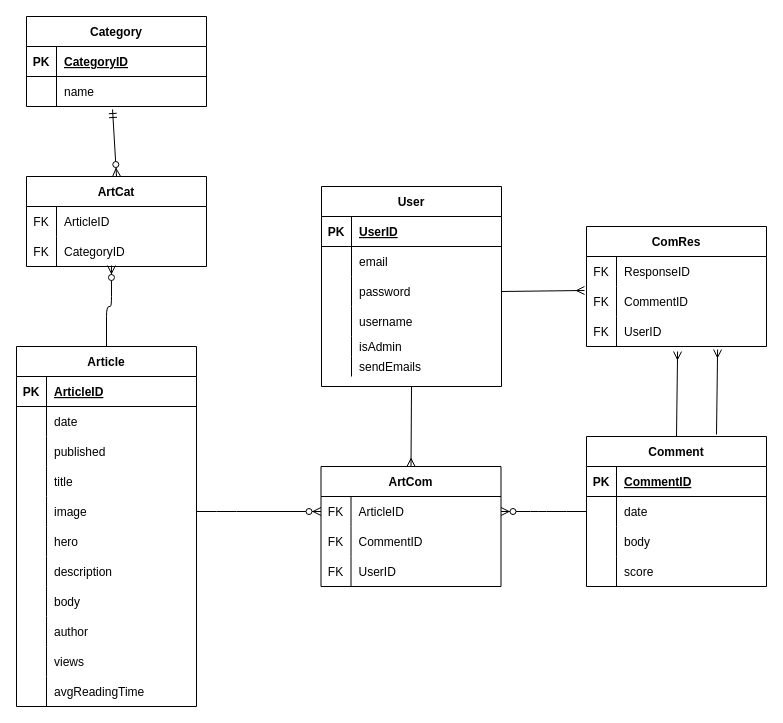
Above: Documentation/RMForum.drawio in PulidoLuciano/LucianoPulido (draw.io), before the change. Source tidied: cells renumbered, new cells numbered last; positions are measured from the earlier drawing's top-left corner, leaving out a move shared by most shapes. Both pictures are drawn from the tidied source at 100%, with x=0, y=0 at pixel (16, 16).
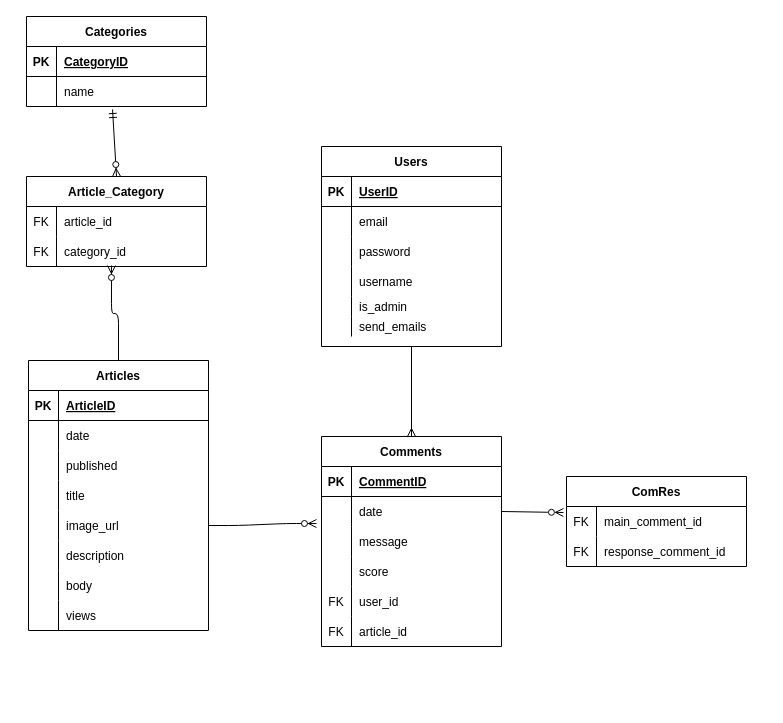
Above is the later version.

Unchanged cells that the change refers to:
```xml
<mxCell id="7" style="shape=tableRow;horizontal=0;startSize=0;swimlaneHead=0;swimlaneBody=0;fillColor=none;points=[[0,0.5],[1,0.5]];portConstraint=eastwest;top=0;left=0;right=0;bottom=0;" parent="3" vertex="1">
  <mxGeometry y="60" width="180" height="30" as="geometry" />
</mxCell>
<mxCell id="10" style="shape=tableRow;horizontal=0;startSize=0;swimlaneHead=0;swimlaneBody=0;fillColor=none;top=0;left=0;right=0;bottom=0;" parent="3" vertex="1">
  <mxGeometry y="90" width="180" height="30" as="geometry" />
</mxCell>
<mxCell id="29" style="shape=tableRow;horizontal=0;startSize=0;swimlaneHead=0;swimlaneBody=0;fillColor=none;points=[[0,0.5],[1,0.5]];portConstraint=eastwest;top=0;left=0;right=0;bottom=0;" parent="16" vertex="1">
  <mxGeometry y="150" width="180" height="30" as="geometry" />
</mxCell>
<mxCell id="58" style="shape=tableRow;horizontal=0;startSize=0;swimlaneHead=0;swimlaneBody=0;fillColor=none;points=[[0,0.5],[1,0.5]];portConstraint=eastwest;top=0;left=0;right=0;bottom=0;" parent="51" vertex="1">
  <mxGeometry y="90" width="180" height="30" as="geometry" />
</mxCell>
<mxCell id="64" style="shape=tableRow;horizontal=0;startSize=0;swimlaneHead=0;swimlaneBody=0;fillColor=none;top=0;left=0;right=0;bottom=0;" parent="51" vertex="1">
  <mxGeometry y="150" width="180" height="20" as="geometry" />
</mxCell>
<mxCell id="67" style="shape=tableRow;horizontal=0;startSize=0;swimlaneHead=0;swimlaneBody=0;fillColor=none;top=0;left=0;right=0;bottom=0;" parent="51" vertex="1">
  <mxGeometry y="170" width="180" height="20" as="geometry" />
</mxCell>
<mxCell id="78" style="shape=tableRow;horizontal=0;startSize=0;swimlaneHead=0;swimlaneBody=0;fillColor=none;top=0;left=0;right=0;bottom=0;" parent="77" vertex="1">
  <mxGeometry y="30" width="180" height="30" as="geometry" />
</mxCell>
<mxCell id="81" style="shape=tableRow;horizontal=0;startSize=0;swimlaneHead=0;swimlaneBody=0;fillColor=none;points=[[0,0.5],[1,0.5]];portConstraint=eastwest;top=0;left=0;right=0;bottom=0;" parent="77" vertex="1">
  <mxGeometry y="60" width="180" height="30" as="geometry" />
</mxCell>
<mxCell id="99" style="shape=tableRow;horizontal=0;startSize=0;swimlaneHead=0;swimlaneBody=0;fillColor=none;points=[[0,0.5],[1,0.5]];portConstraint=eastwest;top=0;left=0;right=0;bottom=0;" parent="98" vertex="1">
  <mxGeometry y="30" width="180" height="30" as="geometry" />
</mxCell>
<mxCell id="102" style="shape=tableRow;horizontal=0;startSize=0;swimlaneHead=0;swimlaneBody=0;fillColor=none;points=[[0,0.5],[1,0.5]];portConstraint=eastwest;top=0;left=0;right=0;bottom=0;" parent="98" vertex="1">
  <mxGeometry y="60" width="180" height="30" as="geometry" />
</mxCell>
```

What changed in the source:
```diff
@@
-    <mxCell id="2" style="edgeStyle=none;html=1;exitX=0.5;exitY=0;exitDx=0;exitDy=0;entryX=0.506;entryY=1.167;entryDx=0;entryDy=0;entryPerimeter=0;startArrow=none;startFill=0;endArrow=ERmany;endFill=0;" parent="1" edge="1" source="3" target="105">
-      <mxGeometry relative="1" as="geometry" />
-    </mxCell>
-    <mxCell id="3" value="Comment" style="shape=table;startSize=30;childLayout=tableLayout;rowLines=0;fontStyle=1;align=center;" parent="1" vertex="1">
-      <mxGeometry x="570" y="420" width="180" height="150" as="geometry" />
+    <mxCell id="3" value="Comments" style="shape=table;startSize=30;childLayout=tableLayout;rowLines=0;fontStyle=1;align=center;" parent="1" vertex="1">
+      <mxGeometry x="305" y="420" width="180" height="210" as="geometry" />
     </mxCell>
@@
-    <mxCell id="12" value="body" style="shape=partialRectangle;fillColor=none;top=0;left=0;bottom=0;right=0;align=left;spacingLeft=6;overflow=hidden;" parent="10" vertex="1">
+    <mxCell id="12" value="message" style="shape=partialRectangle;fillColor=none;top=0;left=0;bottom=0;right=0;align=left;spacingLeft=6;overflow=hidden;" parent="10" vertex="1">
       <mxGeometry x="30" width="150" height="30" as="geometry" />
     </mxCell>
@@
+    <mxCell id="110" style="shape=tableRow;horizontal=0;startSize=0;swimlaneHead=0;swimlaneBody=0;fillColor=none;top=0;left=0;right=0;bottom=0;" parent="3" vertex="1">
+      <mxGeometry y="150" width="180" height="30" as="geometry" />
+    </mxCell>
+    <mxCell id="111" value="FK" style="shape=partialRectangle;fillColor=none;top=0;left=0;bottom=0;right=0;overflow=hidden;" parent="110" vertex="1">
+      <mxGeometry width="30" height="30" as="geometry" />
+    </mxCell>
+    <mxCell id="112" value="user_id" style="shape=partialRectangle;fillColor=none;top=0;left=0;bottom=0;right=0;align=left;spacingLeft=6;overflow=hidden;" parent="110" vertex="1">
+      <mxGeometry x="30" width="150" height="30" as="geometry" />
+    </mxCell>
+    <mxCell id="32" style="shape=tableRow;horizontal=0;startSize=0;swimlaneHead=0;swimlaneBody=0;fillColor=none;top=0;left=0;right=0;bottom=0;" parent="3" vertex="1">
+      <mxGeometry y="180" width="180" height="30" as="geometry" />
+    </mxCell>
+    <mxCell id="113" value="FK" style="shape=partialRectangle;fillColor=none;top=0;left=0;bottom=0;right=0;overflow=hidden;" parent="32" vertex="1">
+      <mxGeometry width="30" height="30" as="geometry" />
+    </mxCell>
+    <mxCell id="114" value="article_id" style="shape=partialRectangle;fillColor=none;top=0;left=0;bottom=0;right=0;align=left;spacingLeft=6;overflow=hidden;" parent="32" vertex="1">
+      <mxGeometry x="30" width="150" height="30" as="geometry" />
+    </mxCell>
-    <mxCell id="16" value="Article" style="shape=table;startSize=30;childLayout=tableLayout;rowLines=0;fontStyle=1;align=center;" parent="1" vertex="1">
-      <mxGeometry y="330" width="180" height="360" as="geometry" />
+    <mxCell id="16" value="Articles" style="shape=table;startSize=30;childLayout=tableLayout;rowLines=0;fontStyle=1;align=center;" parent="1" vertex="1">
+      <mxGeometry x="12" y="344" width="180" height="270" as="geometry" />
     </mxCell>
@@
-    <mxCell id="31" value="image" style="shape=partialRectangle;fillColor=none;top=0;left=0;bottom=0;right=0;align=left;spacingLeft=6;overflow=hidden;" parent="29" vertex="1">
+    <mxCell id="31" value="image_url" style="shape=partialRectangle;fillColor=none;top=0;left=0;bottom=0;right=0;align=left;spacingLeft=6;overflow=hidden;" parent="29" vertex="1">
       <mxGeometry x="30" width="150" height="30" as="geometry" />
     </mxCell>
-    <mxCell id="32" style="shape=tableRow;horizontal=0;startSize=0;swimlaneHead=0;swimlaneBody=0;fillColor=none;top=0;left=0;right=0;bottom=0;" parent="16" vertex="1">
-      <mxGeometry y="180" width="180" height="30" as="geometry" />
-    </mxCell>
-    <mxCell id="33" style="shape=partialRectangle;fillColor=none;top=0;left=0;bottom=0;right=0;overflow=hidden;" parent="32" vertex="1">
-      <mxGeometry width="30" height="30" as="geometry" />
-    </mxCell>
-    <mxCell id="34" value="hero" style="shape=partialRectangle;fillColor=none;top=0;left=0;bottom=0;right=0;align=left;spacingLeft=6;overflow=hidden;" parent="32" vertex="1">
-      <mxGeometry x="30" width="150" height="30" as="geometry" />
-    </mxCell>
     <mxCell id="35" style="shape=tableRow;horizontal=0;startSize=0;swimlaneHead=0;swimlaneBody=0;fillColor=none;top=0;left=0;right=0;bottom=0;" parent="16" vertex="1">
-      <mxGeometry y="210" width="180" height="30" as="geometry" />
+      <mxGeometry y="180" width="180" height="30" as="geometry" />
     </mxCell>
@@
     <mxCell id="38" style="shape=tableRow;horizontal=0;startSize=0;swimlaneHead=0;swimlaneBody=0;fillColor=none;top=0;left=0;right=0;bottom=0;" parent="16" vertex="1">
-      <mxGeometry y="240" width="180" height="30" as="geometry" />
+      <mxGeometry y="210" width="180" height="30" as="geometry" />
     </mxCell>
@@
-    <mxCell id="41" style="shape=tableRow;horizontal=0;startSize=0;swimlaneHead=0;swimlaneBody=0;fillColor=none;top=0;left=0;right=0;bottom=0;" parent="16" vertex="1">
-      <mxGeometry y="270" width="180" height="30" as="geometry" />
-    </mxCell>
-    <mxCell id="42" style="shape=partialRectangle;fillColor=none;top=0;left=0;bottom=0;right=0;overflow=hidden;" parent="41" vertex="1">
-      <mxGeometry width="30" height="30" as="geometry" />
-    </mxCell>
-    <mxCell id="43" value="author" style="shape=partialRectangle;fillColor=none;top=0;left=0;bottom=0;right=0;align=left;spacingLeft=6;overflow=hidden;" parent="41" vertex="1">
-      <mxGeometry x="30" width="150" height="30" as="geometry" />
-    </mxCell>
     <mxCell id="44" style="shape=tableRow;horizontal=0;startSize=0;swimlaneHead=0;swimlaneBody=0;fillColor=none;top=0;left=0;right=0;bottom=0;" parent="16" vertex="1">
-      <mxGeometry y="300" width="180" height="30" as="geometry" />
+      <mxGeometry y="240" width="180" height="30" as="geometry" />
     </mxCell>
@@
-    <mxCell id="47" style="shape=tableRow;horizontal=0;startSize=0;swimlaneHead=0;swimlaneBody=0;fillColor=none;top=0;left=0;right=0;bottom=0;" parent="16" vertex="1">
-      <mxGeometry y="330" width="180" height="30" as="geometry" />
-    </mxCell>
-    <mxCell id="48" style="shape=partialRectangle;fillColor=none;top=0;left=0;bottom=0;right=0;overflow=hidden;" parent="47" vertex="1">
-      <mxGeometry width="30" height="30" as="geometry" />
-    </mxCell>
-    <mxCell id="49" value="avgReadingTime" style="shape=partialRectangle;fillColor=none;top=0;left=0;bottom=0;right=0;align=left;spacingLeft=6;overflow=hidden;" parent="47" vertex="1">
-      <mxGeometry x="30" width="150" height="30" as="geometry" />
-    </mxCell>
-    <mxCell id="50" style="edgeStyle=none;html=1;exitX=0.5;exitY=1;exitDx=0;exitDy=0;entryX=0.5;entryY=0;entryDx=0;entryDy=0;endArrow=ERmany;endFill=0;" parent="1" edge="1" source="51" target="86">
-      <mxGeometry relative="1" as="geometry" />
-    </mxCell>
-    <mxCell id="51" value="User" style="shape=table;startSize=30;childLayout=tableLayout;rowLines=0;fontStyle=1;align=center;" parent="1" vertex="1">
-      <mxGeometry x="305" y="170" width="180" height="200" as="geometry" />
+    <mxCell id="51" value="Users" style="shape=table;startSize=30;childLayout=tableLayout;rowLines=0;fontStyle=1;align=center;" parent="1" vertex="1">
+      <mxGeometry x="305" y="130" width="180" height="200" as="geometry" />
     </mxCell>
@@
-    <mxCell id="66" value="isAdmin" style="shape=partialRectangle;fillColor=none;top=0;left=0;bottom=0;right=0;align=left;spacingLeft=6;overflow=hidden;" parent="64" vertex="1">
+    <mxCell id="66" value="is_admin" style="shape=partialRectangle;fillColor=none;top=0;left=0;bottom=0;right=0;align=left;spacingLeft=6;overflow=hidden;" parent="64" vertex="1">
       <mxGeometry x="30" width="150" height="20" as="geometry" />
     </mxCell>
@@
-    <mxCell id="69" value="sendEmails" style="shape=partialRectangle;fillColor=none;top=0;left=0;bottom=0;right=0;align=left;spacingLeft=6;overflow=hidden;" parent="67" vertex="1">
+    <mxCell id="69" value="send_emails" style="shape=partialRectangle;fillColor=none;top=0;left=0;bottom=0;right=0;align=left;spacingLeft=6;overflow=hidden;" parent="67" vertex="1">
       <mxGeometry x="30" width="150" height="20" as="geometry" />
     </mxCell>
-    <mxCell id="70" value="Category" style="shape=table;startSize=30;childLayout=tableLayout;rowLines=0;fontStyle=1;align=center;" parent="1" vertex="1">
+    <mxCell id="70" value="Categories" style="shape=table;startSize=30;childLayout=tableLayout;rowLines=0;fontStyle=1;align=center;" parent="1" vertex="1">
       <mxGeometry x="10" width="180" height="90" as="geometry" />
     </mxCell>
@@
-    <mxCell id="77" value="ArtCat" style="shape=table;startSize=30;childLayout=tableLayout;rowLines=0;fontStyle=1;align=center;" parent="1" vertex="1">
+    <mxCell id="77" value="Article_Category" style="shape=table;startSize=30;childLayout=tableLayout;rowLines=0;fontStyle=1;align=center;" parent="1" vertex="1">
       <mxGeometry x="10" y="160" width="180" height="90" as="geometry" />
     </mxCell>
@@
-    <mxCell id="80" value="ArticleID" style="shape=partialRectangle;fillColor=none;top=0;left=0;bottom=0;right=0;align=left;spacingLeft=6;overflow=hidden;" parent="78" vertex="1">
+    <mxCell id="80" value="article_id" style="shape=partialRectangle;fillColor=none;top=0;left=0;bottom=0;right=0;align=left;spacingLeft=6;overflow=hidden;" parent="78" vertex="1">
       <mxGeometry x="30" width="150" height="30" as="geometry" />
     </mxCell>
@@
-    <mxCell id="83" value="CategoryID" style="shape=partialRectangle;fillColor=none;top=0;left=0;bottom=0;right=0;align=left;spacingLeft=6;overflow=hidden;" parent="81" vertex="1">
+    <mxCell id="83" value="category_id" style="shape=partialRectangle;fillColor=none;top=0;left=0;bottom=0;right=0;align=left;spacingLeft=6;overflow=hidden;" parent="81" vertex="1">
       <mxGeometry x="30" width="150" height="30" as="geometry" />
     </mxCell>
@@
-    <mxCell id="86" value="ArtCom" style="shape=table;startSize=30;childLayout=tableLayout;rowLines=0;fontStyle=1;align=center;" parent="1" vertex="1">
-      <mxGeometry x="304.5" y="450" width="180" height="120" as="geometry" />
-    </mxCell>
-    <mxCell id="87" style="shape=tableRow;horizontal=0;startSize=0;swimlaneHead=0;swimlaneBody=0;fillColor=none;points=[[0,0.5],[1,0.5]];portConstraint=eastwest;top=0;left=0;right=0;bottom=0;" parent="86" vertex="1">
-      <mxGeometry y="30" width="180" height="30" as="geometry" />
-    </mxCell>
-    <mxCell id="88" value="FK" style="shape=partialRectangle;fillColor=none;top=0;left=0;bottom=0;right=0;overflow=hidden;" parent="87" vertex="1">
-      <mxGeometry width="30" height="30" as="geometry" />
-    </mxCell>
-    <mxCell id="89" value="ArticleID" style="shape=partialRectangle;fillColor=none;top=0;left=0;bottom=0;right=0;align=left;spacingLeft=6;overflow=hidden;" parent="87" vertex="1">
-      <mxGeometry x="30" width="150" height="30" as="geometry" />
-    </mxCell>
-    <mxCell id="90" style="shape=tableRow;horizontal=0;startSize=0;swimlaneHead=0;swimlaneBody=0;fillColor=none;top=0;left=0;right=0;bottom=0;" parent="86" vertex="1">
-      <mxGeometry y="60" width="180" height="30" as="geometry" />
-    </mxCell>
-    <mxCell id="91" value="FK" style="shape=partialRectangle;fillColor=none;top=0;left=0;bottom=0;right=0;overflow=hidden;" parent="90" vertex="1">
-      <mxGeometry width="30" height="30" as="geometry" />
-    </mxCell>
-    <mxCell id="92" value="CommentID" style="shape=partialRectangle;fillColor=none;top=0;left=0;bottom=0;right=0;align=left;spacingLeft=6;overflow=hidden;" parent="90" vertex="1">
-      <mxGeometry x="30" width="150" height="30" as="geometry" />
-    </mxCell>
-    <mxCell id="93" style="shape=tableRow;horizontal=0;startSize=0;swimlaneHead=0;swimlaneBody=0;fillColor=none;top=0;left=0;right=0;bottom=0;" parent="86" vertex="1">
-      <mxGeometry y="90" width="180" height="30" as="geometry" />
-    </mxCell>
-    <mxCell id="94" value="FK" style="shape=partialRectangle;fillColor=none;top=0;left=0;bottom=0;right=0;overflow=hidden;" parent="93" vertex="1">
-      <mxGeometry width="30" height="30" as="geometry" />
-    </mxCell>
-    <mxCell id="95" value="UserID" style="shape=partialRectangle;fillColor=none;top=0;left=0;bottom=0;right=0;align=left;spacingLeft=6;overflow=hidden;" parent="93" vertex="1">
-      <mxGeometry x="30" width="150" height="30" as="geometry" />
-    </mxCell>
-    <mxCell id="96" style="edgeStyle=entityRelationEdgeStyle;fontSize=12;html=1;endArrow=ERzeroToMany;endFill=1;exitX=1;exitY=0.5;exitDx=0;exitDy=0;entryX=0;entryY=0.5;entryDx=0;entryDy=0;" parent="1" edge="1" source="29" target="87">
+    <mxCell id="96" style="edgeStyle=entityRelationEdgeStyle;fontSize=12;html=1;endArrow=ERzeroToMany;endFill=1;exitX=1;exitY=0.5;exitDx=0;exitDy=0;entryX=-0.028;entryY=0.9;entryDx=0;entryDy=0;entryPerimeter=0;" parent="1" edge="1" source="29" target="7">
       <mxGeometry relative="1" as="geometry" />
     </mxCell>
-    <mxCell id="97" style="edgeStyle=entityRelationEdgeStyle;fontSize=12;html=1;endArrow=ERzeroToMany;endFill=1;exitX=0;exitY=0.5;exitDx=0;exitDy=0;entryX=1;entryY=0.5;entryDx=0;entryDy=0;" parent="1" edge="1" source="7" target="87">
-      <mxGeometry relative="1" as="geometry" />
-    </mxCell>
     <mxCell id="98" value="ComRes" style="shape=table;startSize=30;childLayout=tableLayout;rowLines=0;fontStyle=1;align=center;" parent="1" vertex="1">
-      <mxGeometry x="570" y="210" width="180" height="120" as="geometry" />
+      <mxGeometry x="550" y="460" width="180" height="90" as="geometry" />
     </mxCell>
@@
-    <mxCell id="101" value="ResponseID" style="shape=partialRectangle;fillColor=none;top=0;left=0;bottom=0;right=0;align=left;spacingLeft=6;overflow=hidden;" parent="99" vertex="1">
+    <mxCell id="101" value="main_comment_id" style="shape=partialRectangle;fillColor=none;top=0;left=0;bottom=0;right=0;align=left;spacingLeft=6;overflow=hidden;" parent="99" vertex="1">
       <mxGeometry x="30" width="150" height="30" as="geometry" />
     </mxCell>
@@
-    <mxCell id="104" value="CommentID" style="shape=partialRectangle;fillColor=none;top=0;left=0;bottom=0;right=0;align=left;spacingLeft=6;overflow=hidden;" parent="102" vertex="1">
+    <mxCell id="104" value="response_comment_id" style="shape=partialRectangle;fillColor=none;top=0;left=0;bottom=0;right=0;align=left;spacingLeft=6;overflow=hidden;" parent="102" vertex="1">
       <mxGeometry x="30" width="150" height="30" as="geometry" />
     </mxCell>
-    <mxCell id="105" style="shape=tableRow;horizontal=0;startSize=0;swimlaneHead=0;swimlaneBody=0;fillColor=none;points=[[0,0.5],[1,0.5]];portConstraint=eastwest;top=0;left=0;right=0;bottom=0;" parent="98" vertex="1">
-      <mxGeometry y="90" width="180" height="30" as="geometry" />
-    </mxCell>
-    <mxCell id="106" value="FK" style="shape=partialRectangle;fillColor=none;top=0;left=0;bottom=0;right=0;overflow=hidden;" parent="105" vertex="1">
-      <mxGeometry width="30" height="30" as="geometry" />
-    </mxCell>
-    <mxCell id="107" value="UserID" style="shape=partialRectangle;fillColor=none;top=0;left=0;bottom=0;right=0;align=left;spacingLeft=6;overflow=hidden;" parent="105" vertex="1">
-      <mxGeometry x="30" width="150" height="30" as="geometry" />
-    </mxCell>
-    <mxCell id="108" style="edgeStyle=none;html=1;exitX=1;exitY=0.5;exitDx=0;exitDy=0;entryX=-0.011;entryY=0.133;entryDx=0;entryDy=0;entryPerimeter=0;endArrow=ERmany;endFill=0;" parent="1" edge="1" source="58" target="102">
+    <mxCell id="108" style="edgeStyle=none;html=1;exitX=0.5;exitY=1;exitDx=0;exitDy=0;entryX=0.5;entryY=0;entryDx=0;entryDy=0;endArrow=ERmany;endFill=0;" parent="1" edge="1" source="51" target="3">
       <mxGeometry relative="1" as="geometry" />
     </mxCell>
-    <mxCell id="109" style="edgeStyle=none;html=1;exitX=0.5;exitY=0;exitDx=0;exitDy=0;entryX=0.506;entryY=1.167;entryDx=0;entryDy=0;entryPerimeter=0;startArrow=none;startFill=0;endArrow=ERmany;endFill=0;" parent="1" edge="1">
-      <mxGeometry relative="1" as="geometry">
-        <mxPoint x="700" y="418" as="sourcePoint" />
-        <mxPoint x="701.1" y="333" as="targetPoint" />
-      </mxGeometry>
-    </mxCell>
+    <mxCell id="115" style="edgeStyle=none;html=1;exitX=1;exitY=0.5;exitDx=0;exitDy=0;entryX=-0.017;entryY=0.2;entryDx=0;entryDy=0;entryPerimeter=0;endArrow=ERzeroToMany;endFill=0;" parent="1" edge="1" source="7" target="99">
+      <mxGeometry relative="1" as="geometry" />
+    </mxCell>
```
